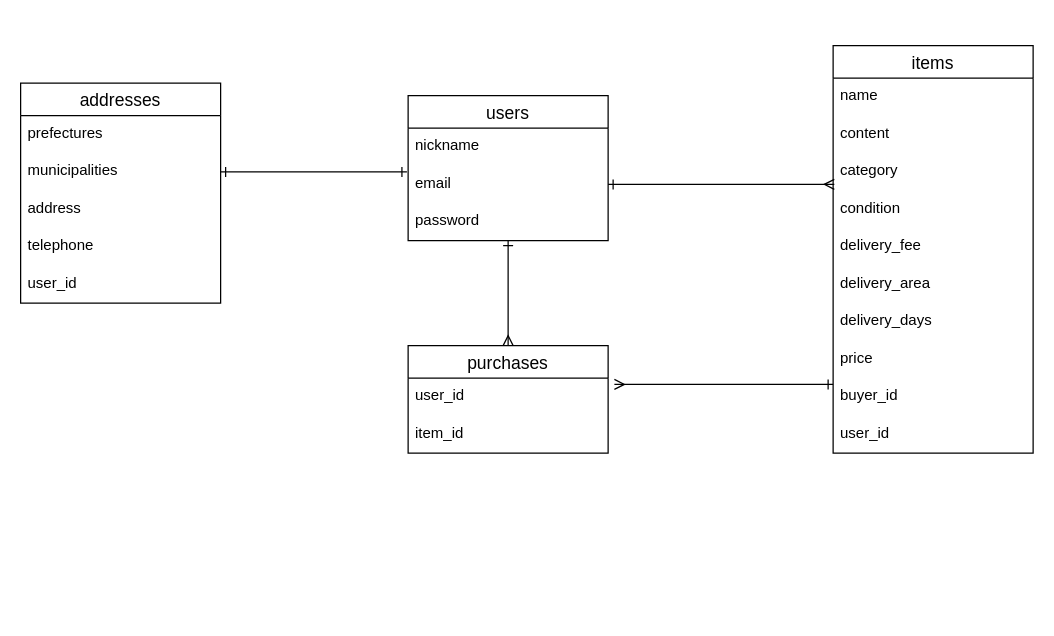
Above: test.dio in tk-16/furima-33912 (draw.io), before the change. Source tidied: cells renumbered, new cells numbered last; positions are measured from the earlier drawing's top-left corner, leaving out a move shared by most shapes. Both pictures are drawn from the tidied source at 125%, with x=0, y=0 at pixel (20, 45).
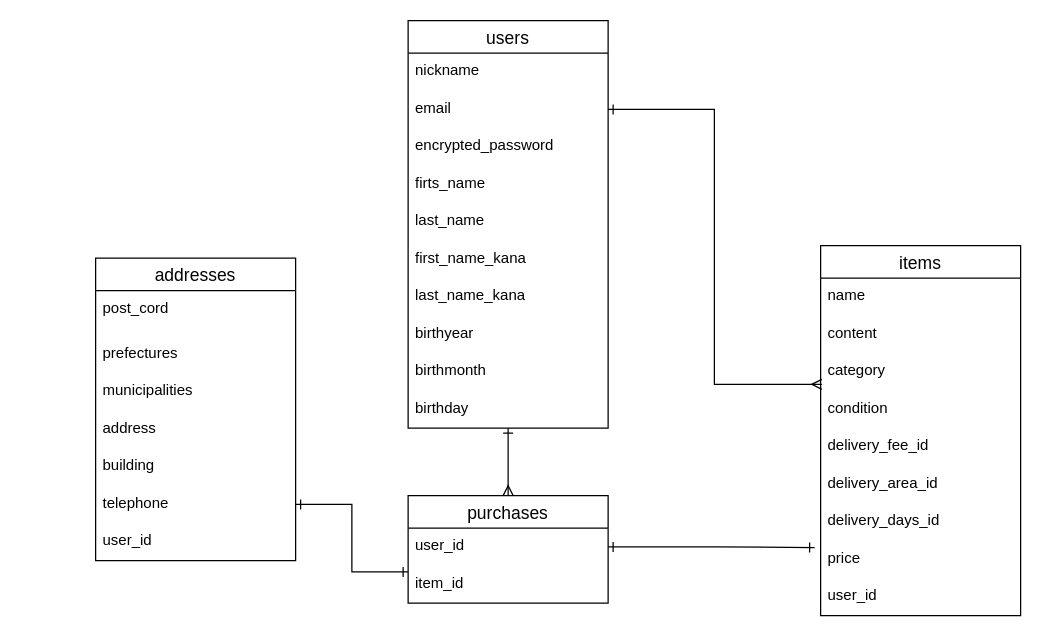
The same page after the edit.

Commit message (it also covers changes not shown here):
ER図・README修正

Unchanged cells that the change refers to:
```xml
<mxCell id="4" value="email" style="text;strokeColor=none;fillColor=none;spacingLeft=4;spacingRight=4;overflow=hidden;points=[[0,0.5],[1,0.5]];portConstraint=eastwest;fontSize=12;" parent="2" vertex="1">
  <mxGeometry y="56" width="160" height="30" as="geometry" />
</mxCell>
<mxCell id="14" value="price" style="text;strokeColor=none;fillColor=none;spacingLeft=4;spacingRight=4;overflow=hidden;points=[[0,0.5],[1,0.5]];portConstraint=eastwest;fontSize=12;" parent="6" vertex="1">
  <mxGeometry y="236" width="160" height="30" as="geometry" />
</mxCell>
<mxCell id="19" value="user_id" style="text;strokeColor=none;fillColor=none;spacingLeft=4;spacingRight=4;overflow=hidden;points=[[0,0.5],[1,0.5]];portConstraint=eastwest;fontSize=12;" parent="18" vertex="1">
  <mxGeometry y="26" width="160" height="30" as="geometry" />
</mxCell>
<mxCell id="20" value="item_id" style="text;strokeColor=none;fillColor=none;spacingLeft=4;spacingRight=4;overflow=hidden;points=[[0,0.5],[1,0.5]];portConstraint=eastwest;fontSize=12;" parent="18" vertex="1">
  <mxGeometry y="56" width="160" height="30" as="geometry" />
</mxCell>
```

What changed in the source:
```diff
@@
     <mxCell id="2" value="users" style="swimlane;fontStyle=0;horizontal=1;startSize=26;align=center;fontSize=14;" parent="1" vertex="1">
-      <mxGeometry x="310" y="40" width="160" height="116" as="geometry" />
+      <mxGeometry x="310" y="-20" width="160" height="326" as="geometry" />
     </mxCell>
@@
-    <mxCell id="5" value="password" style="text;strokeColor=none;fillColor=none;spacingLeft=4;spacingRight=4;overflow=hidden;fontSize=12;" parent="2" vertex="1">
+    <mxCell id="5" value="encrypted_password" style="text;strokeColor=none;fillColor=none;spacingLeft=4;spacingRight=4;overflow=hidden;fontSize=12;" parent="2" vertex="1">
       <mxGeometry y="86" width="160" height="30" as="geometry" />
     </mxCell>
+    <mxCell id="30" value="firts_name" style="text;strokeColor=none;fillColor=none;spacingLeft=4;spacingRight=4;overflow=hidden;fontSize=12;" parent="2" vertex="1">
+      <mxGeometry y="116" width="160" height="30" as="geometry" />
+    </mxCell>
+    <mxCell id="31" value="last_name" style="text;strokeColor=none;fillColor=none;spacingLeft=4;spacingRight=4;overflow=hidden;fontSize=12;" parent="2" vertex="1">
+      <mxGeometry y="146" width="160" height="30" as="geometry" />
+    </mxCell>
+    <mxCell id="32" value="first_name_kana" style="text;strokeColor=none;fillColor=none;spacingLeft=4;spacingRight=4;overflow=hidden;fontSize=12;" parent="2" vertex="1">
+      <mxGeometry y="176" width="160" height="30" as="geometry" />
+    </mxCell>
+    <mxCell id="33" value="last_name_kana" style="text;strokeColor=none;fillColor=none;spacingLeft=4;spacingRight=4;overflow=hidden;fontSize=12;" parent="2" vertex="1">
+      <mxGeometry y="206" width="160" height="30" as="geometry" />
+    </mxCell>
+    <mxCell id="34" value="birthyear" style="text;strokeColor=none;fillColor=none;spacingLeft=4;spacingRight=4;overflow=hidden;fontSize=12;" parent="2" vertex="1">
+      <mxGeometry y="236" width="160" height="30" as="geometry" />
+    </mxCell>
+    <mxCell id="35" value="birthmonth" style="text;strokeColor=none;fillColor=none;spacingLeft=4;spacingRight=4;overflow=hidden;fontSize=12;" parent="2" vertex="1">
+      <mxGeometry y="266" width="160" height="30" as="geometry" />
+    </mxCell>
+    <mxCell id="36" value="birthday" style="text;strokeColor=none;fillColor=none;spacingLeft=4;spacingRight=4;overflow=hidden;fontSize=12;" parent="2" vertex="1">
+      <mxGeometry y="296" width="160" height="30" as="geometry" />
+    </mxCell>
     <mxCell id="6" value="items" style="swimlane;fontStyle=0;horizontal=1;startSize=26;align=center;fontSize=14;" parent="1" vertex="1">
-      <mxGeometry x="650" width="160" height="326" as="geometry" />
+      <mxGeometry x="640" y="160" width="160" height="296" as="geometry" />
     </mxCell>
@@
-    <mxCell id="11" value="delivery_fee" style="text;strokeColor=none;fillColor=none;spacingLeft=4;spacingRight=4;overflow=hidden;fontSize=12;" parent="6" vertex="1">
+    <mxCell id="11" value="delivery_fee_id" style="text;strokeColor=none;fillColor=none;spacingLeft=4;spacingRight=4;overflow=hidden;fontSize=12;" parent="6" vertex="1">
       <mxGeometry y="146" width="160" height="30" as="geometry" />
     </mxCell>
-    <mxCell id="12" value="delivery_area" style="text;strokeColor=none;fillColor=none;spacingLeft=4;spacingRight=4;overflow=hidden;fontSize=12;" parent="6" vertex="1">
+    <mxCell id="12" value="delivery_area_id" style="text;strokeColor=none;fillColor=none;spacingLeft=4;spacingRight=4;overflow=hidden;fontSize=12;" parent="6" vertex="1">
       <mxGeometry y="176" width="160" height="30" as="geometry" />
     </mxCell>
-    <mxCell id="13" value="delivery_days" style="text;strokeColor=none;fillColor=none;spacingLeft=4;spacingRight=4;overflow=hidden;fontSize=12;" parent="6" vertex="1">
+    <mxCell id="13" value="delivery_days_id" style="text;strokeColor=none;fillColor=none;spacingLeft=4;spacingRight=4;overflow=hidden;fontSize=12;" parent="6" vertex="1">
       <mxGeometry y="206" width="160" height="30" as="geometry" />
     </mxCell>
@@
-    <mxCell id="15" value="buyer_id" style="text;strokeColor=none;fillColor=none;spacingLeft=4;spacingRight=4;overflow=hidden;fontSize=12;" parent="6" vertex="1">
-      <mxGeometry y="266" width="160" height="30" as="geometry" />
-    </mxCell>
     <mxCell id="16" value="user_id" style="text;strokeColor=none;fillColor=none;spacingLeft=4;spacingRight=4;overflow=hidden;fontSize=12;" parent="6" vertex="1">
-      <mxGeometry y="296" width="160" height="30" as="geometry" />
+      <mxGeometry y="266" width="160" height="30" as="geometry" />
     </mxCell>
@@
     <mxCell id="18" value="purchases" style="swimlane;fontStyle=0;horizontal=1;startSize=26;align=center;fontSize=14;" parent="1" vertex="1">
-      <mxGeometry x="310" y="240" width="160" height="86" as="geometry" />
+      <mxGeometry x="310" y="360" width="160" height="86" as="geometry" />
     </mxCell>
@@
     <mxCell id="21" value="addresses" style="swimlane;fontStyle=0;horizontal=1;startSize=26;align=center;fontSize=14;" parent="1" vertex="1">
-      <mxGeometry y="30" width="160" height="176" as="geometry" />
+      <mxGeometry x="60" y="170" width="160" height="242" as="geometry" />
     </mxCell>
+    <mxCell id="37" value="post_cord" style="text;strokeColor=none;fillColor=none;spacingLeft=4;spacingRight=4;overflow=hidden;fontSize=12;" parent="21" vertex="1">
+      <mxGeometry y="26" width="160" height="36" as="geometry" />
+    </mxCell>
     <mxCell id="22" value="prefectures" style="text;strokeColor=none;fillColor=none;spacingLeft=4;spacingRight=4;overflow=hidden;fontSize=12;" parent="21" vertex="1">
-      <mxGeometry y="26" width="160" height="30" as="geometry" />
+      <mxGeometry y="62" width="160" height="30" as="geometry" />
     </mxCell>
     <mxCell id="23" value="municipalities" style="text;strokeColor=none;fillColor=none;spacingLeft=4;spacingRight=4;overflow=hidden;points=[[0,0.5],[1,0.5]];portConstraint=eastwest;fontSize=12;" parent="21" vertex="1">
-      <mxGeometry y="56" width="160" height="30" as="geometry" />
+      <mxGeometry y="92" width="160" height="30" as="geometry" />
     </mxCell>
     <mxCell id="24" value="address" style="text;strokeColor=none;fillColor=none;spacingLeft=4;spacingRight=4;overflow=hidden;fontSize=12;" parent="21" vertex="1">
-      <mxGeometry y="86" width="160" height="30" as="geometry" />
+      <mxGeometry y="122" width="160" height="30" as="geometry" />
     </mxCell>
+    <mxCell id="38" value="building" style="text;strokeColor=none;fillColor=none;spacingLeft=4;spacingRight=4;overflow=hidden;fontSize=12;" parent="21" vertex="1">
+      <mxGeometry y="152" width="160" height="30" as="geometry" />
+    </mxCell>
     <mxCell id="25" value="telephone" style="text;strokeColor=none;fillColor=none;spacingLeft=4;spacingRight=4;overflow=hidden;points=[[0,0.5],[1,0.5]];portConstraint=eastwest;fontSize=12;" parent="21" vertex="1">
-      <mxGeometry y="116" width="160" height="30" as="geometry" />
+      <mxGeometry y="182" width="160" height="30" as="geometry" />
     </mxCell>
     <mxCell id="26" value="user_id" style="text;strokeColor=none;fillColor=none;spacingLeft=4;spacingRight=4;overflow=hidden;fontSize=12;" parent="21" vertex="1">
-      <mxGeometry y="146" width="160" height="30" as="geometry" />
+      <mxGeometry y="212" width="160" height="30" as="geometry" />
     </mxCell>
-    <mxCell id="27" style="edgeStyle=orthogonalEdgeStyle;rounded=0;jettySize=auto;html=1;exitX=1;exitY=0.5;exitDx=0;exitDy=0;entryX=-0.006;entryY=0.167;entryDx=0;entryDy=0;entryPerimeter=0;startArrow=ERone;startFill=0;endArrow=ERone;endFill=0;strokeWidth=1;" parent="1" edge="1" source="23" target="4">
-      <mxGeometry relative="1" as="geometry" />
-    </mxCell>
@@
-    <mxCell id="29" style="edgeStyle=orthogonalEdgeStyle;rounded=0;orthogonalLoop=1;jettySize=auto;html=1;startArrow=ERone;startFill=0;endArrow=ERmany;endFill=0;strokeWidth=1;" parent="1" edge="1">
-      <mxGeometry relative="1" as="geometry">
-        <mxPoint x="650" y="271" as="sourcePoint" />
-        <mxPoint x="475" y="271" as="targetPoint" />
-        <Array as="points">
-          <mxPoint x="650" y="271" />
-        </Array>
-      </mxGeometry>
-    </mxCell>
+    <mxCell id="39" style="edgeStyle=orthogonalEdgeStyle;rounded=0;jettySize=auto;html=1;exitX=1;exitY=0.5;exitDx=0;exitDy=0;entryX=0;entryY=0.167;entryDx=0;entryDy=0;entryPerimeter=0;startArrow=ERone;startFill=0;endArrow=ERone;endFill=0;strokeWidth=1;" parent="1" edge="1" source="25" target="20">
+      <mxGeometry relative="1" as="geometry" />
+    </mxCell>
+    <mxCell id="40" style="edgeStyle=orthogonalEdgeStyle;rounded=0;jettySize=auto;html=1;exitX=1;exitY=0.5;exitDx=0;exitDy=0;entryX=-0.03;entryY=0.184;entryDx=0;entryDy=0;entryPerimeter=0;endArrow=ERone;endFill=0;startArrow=ERone;startFill=0;" parent="1" edge="1" source="19" target="14">
+      <mxGeometry relative="1" as="geometry" />
+    </mxCell>
```
